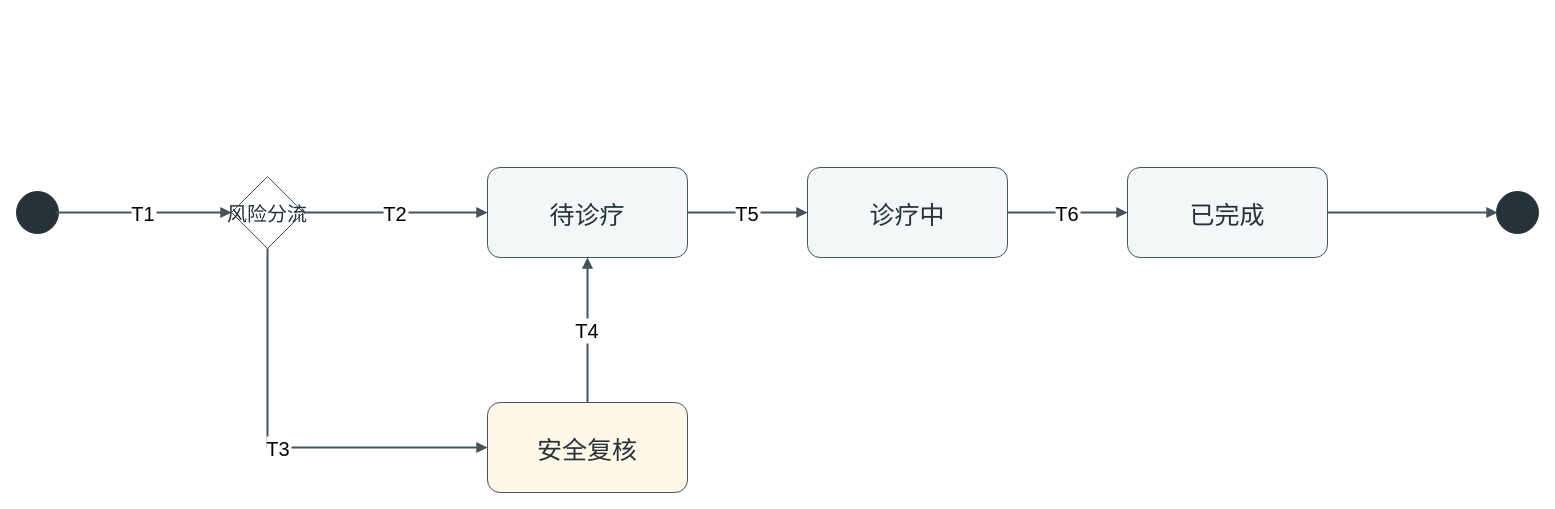
Before: assets/uml/15_状态机_临床就诊.drawio in zongdajiang/adc-nexus-system-analysis-design, a draw.io diagram. Source tidied: cells renumbered, new cells numbered last; positions are measured from the earlier drawing's top-left corner, leaving out a move shared by most shapes. Both pictures are drawn from the tidied source at 100%, with x=0, y=0 at pixel (16, 167).
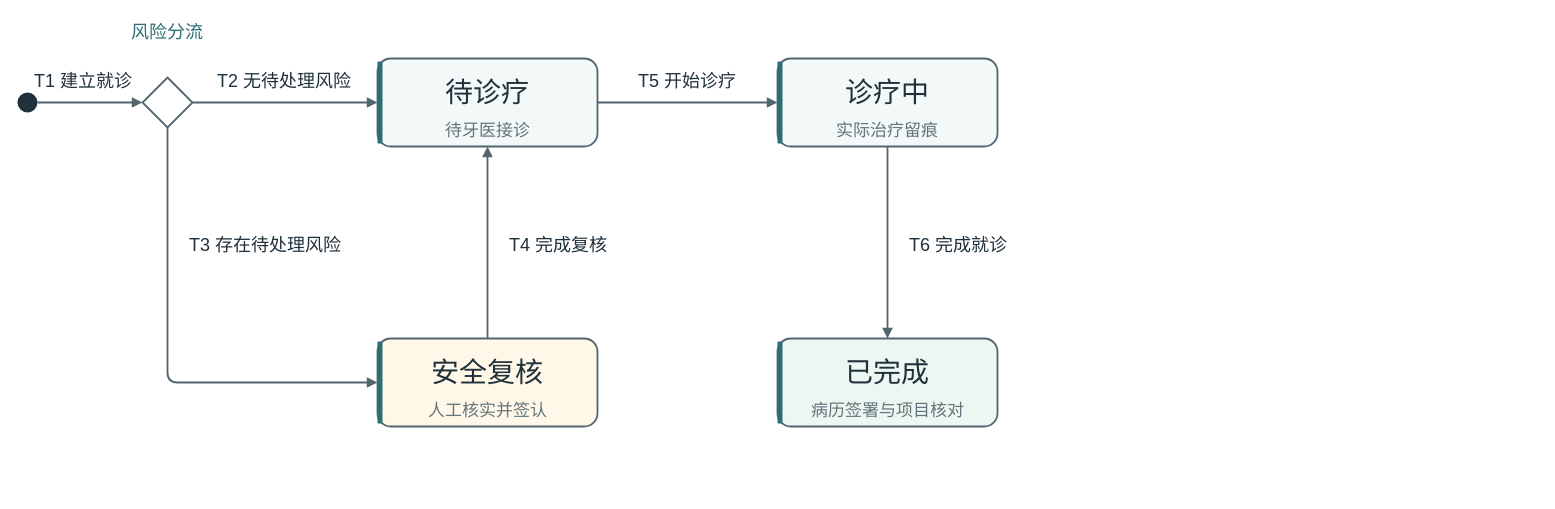
Above is the later version.

What changed in the source:
```diff
@@
-    <mxCell id="2" style="ellipse;fillColor=#263238;strokeColor=#263238;" parent="1" vertex="1">
-      <mxGeometry y="24" width="42" height="42" as="geometry" />
-    </mxCell>
+    <mxCell id="16" style="html=0;ellipse;fillColor=#20313B;strokeColor=none;strokeWidth=1.8;" parent="1" vertex="1">
+      <mxGeometry x="1" y="-75" width="20" height="20" as="geometry" />
+    </mxCell>
+    <mxCell id="17" style="html=0;rhombus;fillColor=white;strokeColor=#53656F;strokeWidth=1.8;" parent="1" vertex="1">
+      <mxGeometry x="126" y="-90" width="50" height="50" as="geometry" />
+    </mxCell>
-    <mxCell id="3" value="风险分流" style="rhombus;fillColor=#FFFFFF;strokeColor=#43545D;fontColor=#263238;fontFamily=Microsoft YaHei;fontSize=20;" parent="1" vertex="1">
-      <mxGeometry x="215" y="9" width="72" height="72" as="geometry" />
+    <mxCell id="3" value="风险分流" style="html=0;text;strokeColor=none;fillColor=none;align=center;verticalAlign=top;spacing=0;fontFamily=Microsoft YaHei;fontSize=18;fontColor=#2D6E73;fontStyle=0;whiteSpace=wrap;" parent="1" vertex="1">
+      <mxGeometry x="113" y="-150" width="76" height="25.5" as="geometry" />
     </mxCell>
+    <mxCell id="18" style="html=0;rounded=1;fillColor=#F3F8F8;strokeColor=#53656F;strokeWidth=1.8;" parent="1" vertex="1">
+      <mxGeometry x="361" y="-109" width="220" height="88" as="geometry" />
+    </mxCell>
+    <mxCell id="19" style="html=0;rounded=1;fillColor=#2D6E73;strokeColor=none;strokeWidth=1.8;" parent="1" vertex="1">
+      <mxGeometry x="361" y="-106" width="5" height="82" as="geometry" />
+    </mxCell>
-    <mxCell id="4" value="待诊疗" style="rounded=1;arcSize=14;fillColor=#F3F7F8;strokeColor=#43545D;fontColor=#263238;fontFamily=Microsoft YaHei;fontSize=25;" parent="1" vertex="1">
-      <mxGeometry x="471" width="200" height="90" as="geometry" />
+    <mxCell id="4" value="待诊疗" style="html=0;text;strokeColor=none;fillColor=none;align=center;verticalAlign=top;spacing=0;fontFamily=Microsoft YaHei;fontSize=28;fontColor=#20313B;fontStyle=0;whiteSpace=wrap;" parent="1" vertex="1">
+      <mxGeometry x="427" y="-96" width="88" height="38" as="geometry" />
     </mxCell>
+    <mxCell id="20" value="待牙医接诊" style="html=0;text;strokeColor=none;fillColor=none;align=center;verticalAlign=top;spacing=0;fontFamily=Microsoft YaHei;fontSize=17;fontColor=#64747C;fontStyle=0;whiteSpace=wrap;" parent="1" vertex="1">
+      <mxGeometry x="426.5" y="-51" width="89" height="24.2" as="geometry" />
+    </mxCell>
+    <mxCell id="21" style="html=0;rounded=1;fillColor=#F3F8F8;strokeColor=#53656F;strokeWidth=1.8;" parent="1" vertex="1">
+      <mxGeometry x="761" y="-109" width="220" height="88" as="geometry" />
+    </mxCell>
+    <mxCell id="22" style="html=0;rounded=1;fillColor=#2D6E73;strokeColor=none;strokeWidth=1.8;" parent="1" vertex="1">
+      <mxGeometry x="761" y="-106" width="5" height="82" as="geometry" />
+    </mxCell>
-    <mxCell id="5" value="诊疗中" style="rounded=1;arcSize=14;fillColor=#F3F7F8;strokeColor=#43545D;fontColor=#263238;fontFamily=Microsoft YaHei;fontSize=25;" parent="1" vertex="1">
-      <mxGeometry x="791" width="200" height="90" as="geometry" />
+    <mxCell id="5" value="诊疗中" style="html=0;text;strokeColor=none;fillColor=none;align=center;verticalAlign=top;spacing=0;fontFamily=Microsoft YaHei;fontSize=28;fontColor=#20313B;fontStyle=0;whiteSpace=wrap;" parent="1" vertex="1">
+      <mxGeometry x="827" y="-96" width="88" height="38" as="geometry" />
     </mxCell>
+    <mxCell id="23" value="实际治疗留痕" style="html=0;text;strokeColor=none;fillColor=none;align=center;verticalAlign=top;spacing=0;fontFamily=Microsoft YaHei;fontSize=17;fontColor=#64747C;fontStyle=0;whiteSpace=wrap;" parent="1" vertex="1">
+      <mxGeometry x="818" y="-51" width="106" height="24.2" as="geometry" />
+    </mxCell>
+    <mxCell id="24" style="html=0;rounded=1;fillColor=#FFF7E8;strokeColor=#53656F;strokeWidth=1.8;" parent="1" vertex="1">
+      <mxGeometry x="361" y="171" width="220" height="88" as="geometry" />
+    </mxCell>
+    <mxCell id="25" style="html=0;rounded=1;fillColor=#2D6E73;strokeColor=none;strokeWidth=1.8;" parent="1" vertex="1">
+      <mxGeometry x="361" y="174" width="5" height="82" as="geometry" />
+    </mxCell>
+    <mxCell id="7" value="安全复核" style="html=0;text;strokeColor=none;fillColor=none;align=center;verticalAlign=top;spacing=0;fontFamily=Microsoft YaHei;fontSize=28;fontColor=#20313B;fontStyle=0;whiteSpace=wrap;" parent="1" vertex="1">
+      <mxGeometry x="413" y="184" width="116" height="38" as="geometry" />
+    </mxCell>
+    <mxCell id="26" value="人工核实并签认" style="html=0;text;strokeColor=none;fillColor=none;align=center;verticalAlign=top;spacing=0;fontFamily=Microsoft YaHei;fontSize=17;fontColor=#64747C;fontStyle=0;whiteSpace=wrap;" parent="1" vertex="1">
+      <mxGeometry x="409.5" y="229" width="123" height="24.2" as="geometry" />
+    </mxCell>
+    <mxCell id="27" style="html=0;rounded=1;fillColor=#EDF7F1;strokeColor=#53656F;strokeWidth=1.8;" parent="1" vertex="1">
+      <mxGeometry x="761" y="171" width="220" height="88" as="geometry" />
+    </mxCell>
+    <mxCell id="28" style="html=0;rounded=1;fillColor=#2D6E73;strokeColor=none;strokeWidth=1.8;" parent="1" vertex="1">
+      <mxGeometry x="761" y="174" width="5" height="82" as="geometry" />
+    </mxCell>
-    <mxCell id="6" value="已完成" style="rounded=1;arcSize=14;fillColor=#F3F7F8;strokeColor=#43545D;fontColor=#263238;fontFamily=Microsoft YaHei;fontSize=25;" parent="1" vertex="1">
-      <mxGeometry x="1111" width="200" height="90" as="geometry" />
+    <mxCell id="6" value="已完成" style="html=0;text;strokeColor=none;fillColor=none;align=center;verticalAlign=top;spacing=0;fontFamily=Microsoft YaHei;fontSize=28;fontColor=#20313B;fontStyle=0;whiteSpace=wrap;" parent="1" vertex="1">
+      <mxGeometry x="827" y="184" width="88" height="38" as="geometry" />
     </mxCell>
-    <mxCell id="7" value="安全复核" style="rounded=1;arcSize=14;fillColor=#FFF8E9;strokeColor=#43545D;fontColor=#263238;fontFamily=Microsoft YaHei;fontSize=25;" parent="1" vertex="1">
-      <mxGeometry x="471" y="235" width="200" height="90" as="geometry" />
-    </mxCell>
-    <mxCell id="8" style="ellipse;shape=doubleEllipse;fillColor=#263238;strokeColor=#263238;" parent="1" vertex="1">
-      <mxGeometry x="1480" y="24" width="42" height="42" as="geometry" />
-    </mxCell>
-    <mxCell id="9" value="T1" style="edgeStyle=orthogonalEdgeStyle;rounded=0;endArrow=block;endFill=1;strokeColor=#43545D;strokeWidth=2;fontSize=20;labelBackgroundColor=#FFFFFF;" parent="1" edge="1">
-      <mxGeometry relative="1" as="geometry">
-        <mxPoint x="39" y="45" as="sourcePoint" />
-        <mxPoint x="215" y="45" as="targetPoint" />
-      </mxGeometry>
-    </mxCell>
-    <mxCell id="10" value="T2" style="edgeStyle=orthogonalEdgeStyle;rounded=0;endArrow=block;endFill=1;strokeColor=#43545D;strokeWidth=2;fontSize=20;labelBackgroundColor=#FFFFFF;" parent="1" edge="1">
-      <mxGeometry relative="1" as="geometry">
-        <mxPoint x="287" y="45" as="sourcePoint" />
-        <mxPoint x="471" y="45" as="targetPoint" />
-      </mxGeometry>
-    </mxCell>
-    <mxCell id="11" value="T3" style="edgeStyle=orthogonalEdgeStyle;rounded=0;endArrow=block;endFill=1;strokeColor=#43545D;strokeWidth=2;fontSize=20;labelBackgroundColor=#FFFFFF;" parent="1" edge="1">
-      <mxGeometry relative="1" as="geometry">
-        <mxPoint x="251" y="81" as="sourcePoint" />
-        <mxPoint x="471" y="280" as="targetPoint" />
-        <Array as="points">
-          <mxPoint x="251" y="280" />
-        </Array>
-      </mxGeometry>
-    </mxCell>
-    <mxCell id="12" value="T4" style="edgeStyle=orthogonalEdgeStyle;rounded=0;endArrow=block;endFill=1;strokeColor=#43545D;strokeWidth=2;fontSize=20;labelBackgroundColor=#FFFFFF;" parent="1" edge="1">
-      <mxGeometry relative="1" as="geometry">
-        <mxPoint x="571" y="235" as="sourcePoint" />
-        <mxPoint x="571" y="90" as="targetPoint" />
-      </mxGeometry>
-    </mxCell>
-    <mxCell id="13" value="T5" style="edgeStyle=orthogonalEdgeStyle;rounded=0;endArrow=block;endFill=1;strokeColor=#43545D;strokeWidth=2;fontSize=20;labelBackgroundColor=#FFFFFF;" parent="1" edge="1">
-      <mxGeometry relative="1" as="geometry">
-        <mxPoint x="671" y="45" as="sourcePoint" />
-        <mxPoint x="791" y="45" as="targetPoint" />
-      </mxGeometry>
-    </mxCell>
-    <mxCell id="14" value="T6" style="edgeStyle=orthogonalEdgeStyle;rounded=0;endArrow=block;endFill=1;strokeColor=#43545D;strokeWidth=2;fontSize=20;labelBackgroundColor=#FFFFFF;" parent="1" edge="1">
-      <mxGeometry relative="1" as="geometry">
-        <mxPoint x="991" y="45" as="sourcePoint" />
-        <mxPoint x="1111" y="45" as="targetPoint" />
-      </mxGeometry>
-    </mxCell>
-    <mxCell id="15" style="edgeStyle=orthogonalEdgeStyle;rounded=0;endArrow=block;endFill=1;strokeColor=#43545D;strokeWidth=2;fontSize=20;labelBackgroundColor=#FFFFFF;" parent="1" edge="1">
-      <mxGeometry relative="1" as="geometry">
-        <mxPoint x="1311" y="45" as="sourcePoint" />
-        <mxPoint x="1481" y="45" as="targetPoint" />
-      </mxGeometry>
-    </mxCell>
+    <mxCell id="29" value="病历签署与项目核对" style="html=0;text;strokeColor=none;fillColor=none;align=center;verticalAlign=top;spacing=0;fontFamily=Microsoft YaHei;fontSize=17;fontColor=#64747C;fontStyle=0;whiteSpace=wrap;" parent="1" vertex="1">
+      <mxGeometry x="792.5" y="229" width="157" height="24.2" as="geometry" />
+    </mxCell>
+    <mxCell id="30" style="html=0;endArrow=block;endFill=1;strokeColor=#53656F;strokeWidth=1.8;" parent="1" edge="1">
+      <mxGeometry relative="1" as="geometry">
+        <mxPoint x="21" y="-65" as="sourcePoint" />
+        <mxPoint x="126" y="-65" as="targetPoint" />
+      </mxGeometry>
+    </mxCell>
+    <mxCell id="31" value="T1 建立就诊" style="html=0;text;strokeColor=none;fillColor=none;align=center;verticalAlign=top;spacing=0;fontFamily=Microsoft YaHei;fontSize=18;fontColor=#20313B;fontStyle=0;whiteSpace=wrap;" parent="1" vertex="1">
+      <mxGeometry x="16" y="-101" width="102" height="25.5" as="geometry" />
+    </mxCell>
+    <mxCell id="32" style="html=0;endArrow=block;endFill=1;strokeColor=#53656F;strokeWidth=1.8;" parent="1" edge="1">
+      <mxGeometry relative="1" as="geometry">
+        <mxPoint x="176" y="-65" as="sourcePoint" />
+        <mxPoint x="361" y="-65" as="targetPoint" />
+      </mxGeometry>
+    </mxCell>
+    <mxCell id="33" value="T2 无待处理风险" style="html=0;text;strokeColor=none;fillColor=none;align=center;verticalAlign=top;spacing=0;fontFamily=Microsoft YaHei;fontSize=18;fontColor=#20313B;fontStyle=0;whiteSpace=wrap;" parent="1" vertex="1">
+      <mxGeometry x="199" y="-101" width="138" height="25.5" as="geometry" />
+    </mxCell>
+    <mxCell id="34" style="html=0;endArrow=block;endFill=1;strokeColor=#53656F;strokeWidth=1.8;" parent="1" edge="1">
+      <mxGeometry relative="1" as="geometry">
+        <mxPoint x="151" y="-40" as="sourcePoint" />
+        <mxPoint x="361" y="215" as="targetPoint" />
+        <Array as="points">
+          <mxPoint x="151" y="215" />
+        </Array>
+      </mxGeometry>
+    </mxCell>
+    <mxCell id="35" value="T3 存在待处理风险" style="html=0;text;strokeColor=none;fillColor=none;align=left;verticalAlign=top;spacing=0;fontFamily=Microsoft YaHei;fontSize=18;fontColor=#20313B;fontStyle=0;whiteSpace=wrap;" parent="1" vertex="1">
+      <mxGeometry x="173" y="63" width="156" height="25.5" as="geometry" />
+    </mxCell>
+    <mxCell id="36" style="html=0;endArrow=block;endFill=1;strokeColor=#53656F;strokeWidth=1.8;" parent="1" edge="1">
+      <mxGeometry relative="1" as="geometry">
+        <mxPoint x="471" y="171" as="sourcePoint" />
+        <mxPoint x="471" y="-21" as="targetPoint" />
+      </mxGeometry>
+    </mxCell>
+    <mxCell id="37" value="T4 完成复核" style="html=0;text;strokeColor=none;fillColor=none;align=left;verticalAlign=top;spacing=0;fontFamily=Microsoft YaHei;fontSize=18;fontColor=#20313B;fontStyle=0;whiteSpace=wrap;" parent="1" vertex="1">
+      <mxGeometry x="493" y="63" width="102" height="25.5" as="geometry" />
+    </mxCell>
+    <mxCell id="38" style="html=0;endArrow=block;endFill=1;strokeColor=#53656F;strokeWidth=1.8;" parent="1" edge="1">
+      <mxGeometry relative="1" as="geometry">
+        <mxPoint x="581" y="-65" as="sourcePoint" />
+        <mxPoint x="761" y="-65" as="targetPoint" />
+      </mxGeometry>
+    </mxCell>
+    <mxCell id="39" value="T5 开始诊疗" style="html=0;text;strokeColor=none;fillColor=none;align=center;verticalAlign=top;spacing=0;fontFamily=Microsoft YaHei;fontSize=18;fontColor=#20313B;fontStyle=0;whiteSpace=wrap;" parent="1" vertex="1">
+      <mxGeometry x="620" y="-101" width="102" height="25.5" as="geometry" />
+    </mxCell>
+    <mxCell id="40" style="html=0;endArrow=block;endFill=1;strokeColor=#53656F;strokeWidth=1.8;" parent="1" edge="1">
+      <mxGeometry relative="1" as="geometry">
+        <mxPoint x="871" y="-21" as="sourcePoint" />
+        <mxPoint x="871" y="171" as="targetPoint" />
+      </mxGeometry>
+    </mxCell>
+    <mxCell id="41" value="T6 完成就诊" style="html=0;text;strokeColor=none;fillColor=none;align=left;verticalAlign=top;spacing=0;fontFamily=Microsoft YaHei;fontSize=18;fontColor=#20313B;fontStyle=0;whiteSpace=wrap;" parent="1" vertex="1">
+      <mxGeometry x="893" y="63" width="102" height="25.5" as="geometry" />
+    </mxCell>
```
